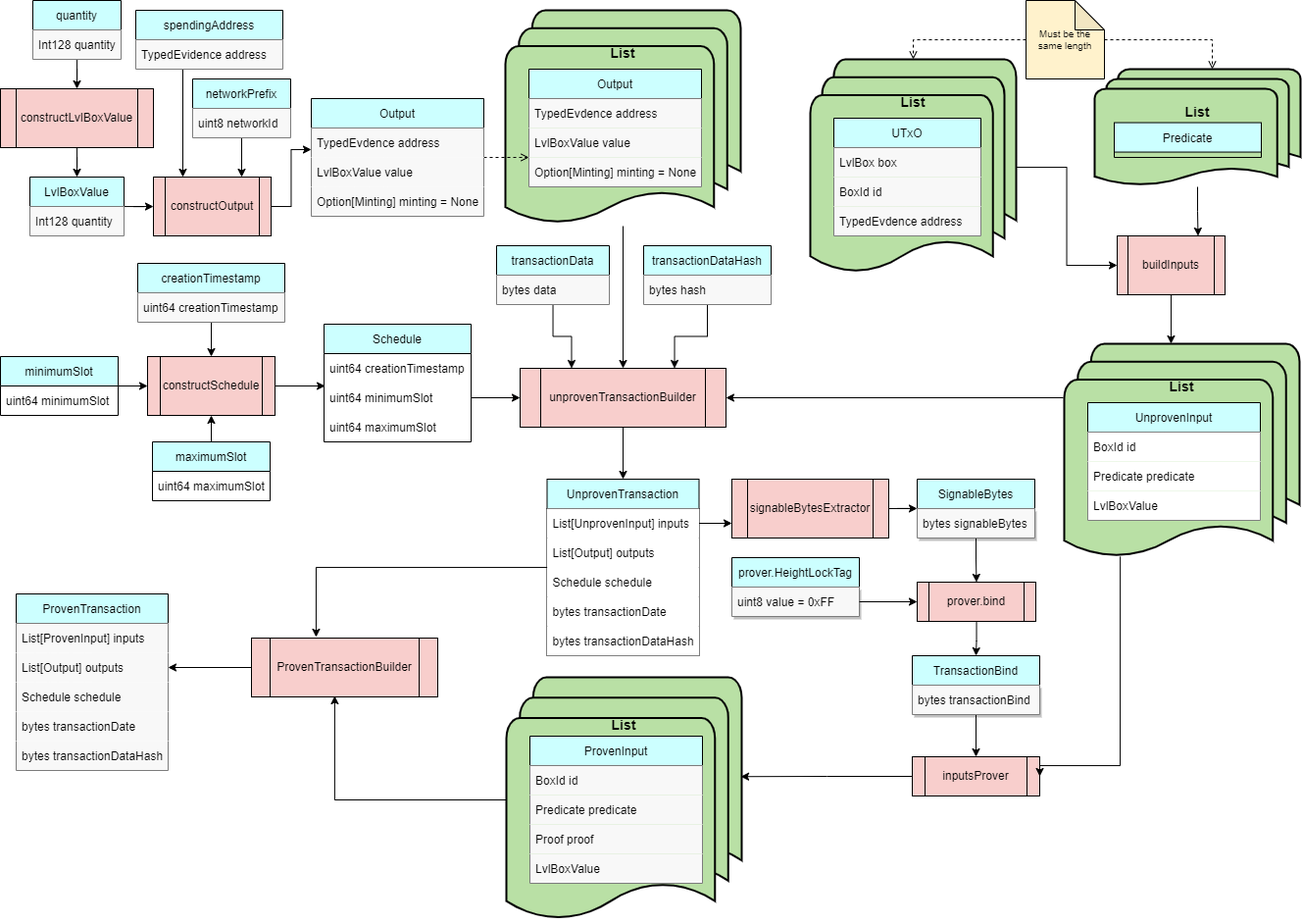
Topl/BramblSc-docs keeps this draw.io diagram as docs/Modules/NativeTransactor/transaction_builder.drawio.png. Above is the earlier version. Source tidied: cells renumbered, new cells last; positions are measured from the earlier drawing's top-left corner, leaving out a move shared by most shapes.
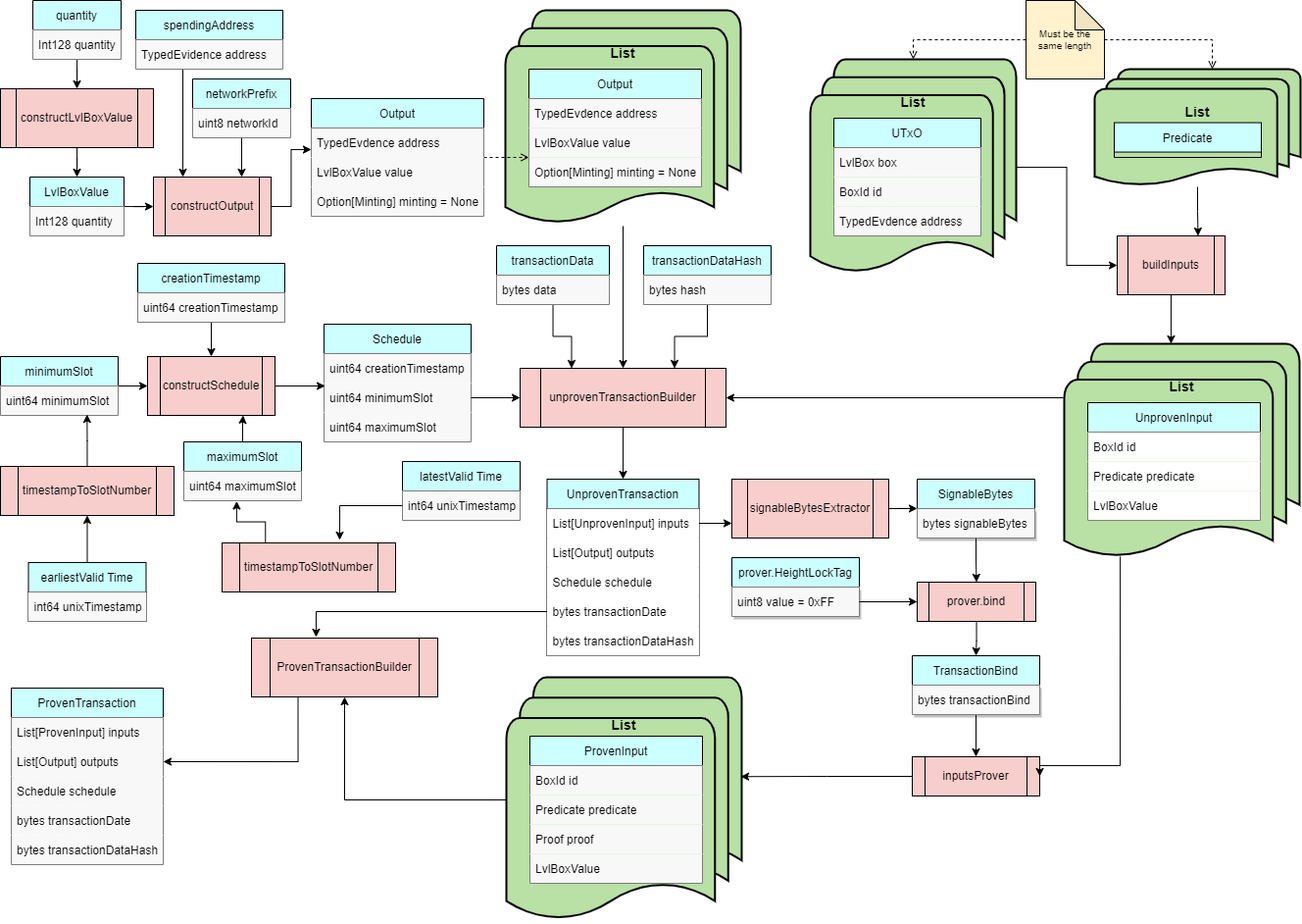
After the commit.

Commit message:
timestamp to slot number

What changed in the source:
```diff
@@ -11,13 +11,13 @@
     <mxCell id="4" value="Schedule" style="swimlane;fontStyle=0;horizontal=1;startSize=30;fillColor=#CCFFFF;" parent="1" vertex="1">
       <mxGeometry x="330" y="330" width="150" height="120" as="geometry" />
     </mxCell>
-    <mxCell id="5" value="uint64 creationTimestamp" style="text;strokeColor=none;fillColor=none;align=left;verticalAlign=middle;spacingLeft=4;spacingRight=4;overflow=hidden;" parent="4" vertex="1">
+    <mxCell id="5" value="uint64 creationTimestamp" style="text;strokeColor=none;fillColor=#F8F8F8;align=left;verticalAlign=middle;spacingLeft=4;spacingRight=4;overflow=hidden;" parent="4" vertex="1">
       <mxGeometry y="30" width="150" height="30" as="geometry" />
     </mxCell>
-    <mxCell id="6" value="uint64 minimumSlot" style="text;strokeColor=none;fillColor=none;align=left;verticalAlign=middle;spacingLeft=4;spacingRight=4;overflow=hidden;points=[[0,0.5],[1,0.5]];portConstraint=eastwest;" parent="4" vertex="1">
+    <mxCell id="6" value="uint64 minimumSlot" style="text;strokeColor=none;fillColor=#F8F8F8;align=left;verticalAlign=middle;spacingLeft=4;spacingRight=4;overflow=hidden;points=[[0,0.5],[1,0.5]];portConstraint=eastwest;" parent="4" vertex="1">
       <mxGeometry y="60" width="150" height="30" as="geometry" />
     </mxCell>
-    <mxCell id="7" value="uint64 maximumSlot" style="text;strokeColor=none;fillColor=none;align=left;verticalAlign=middle;spacingLeft=4;spacingRight=4;overflow=hidden;" parent="4" vertex="1">
+    <mxCell id="7" value="uint64 maximumSlot" style="text;strokeColor=none;fillColor=#F8F8F8;align=left;verticalAlign=middle;spacingLeft=4;spacingRight=4;overflow=hidden;" parent="4" vertex="1">
       <mxGeometry y="90" width="150" height="30" as="geometry" />
     </mxCell>
     <mxCell id="8" style="edgeStyle=orthogonalEdgeStyle;rounded=0;jettySize=auto;html=1;entryX=0;entryY=0.5;entryDx=0;entryDy=0;" parent="1" edge="1" source="6" target="3">
@@ -44,16 +44,16 @@
     <mxCell id="15" value="minimumSlot" style="swimlane;fontStyle=0;horizontal=1;startSize=30;fillColor=#CCFFFF;" parent="1" vertex="1">
       <mxGeometry y="363" width="120" height="60" as="geometry" />
     </mxCell>
-    <mxCell id="16" value="uint64 minimumSlot" style="text;strokeColor=none;fillColor=none;align=left;verticalAlign=middle;spacingLeft=4;spacingRight=4;overflow=hidden;points=[[0,0.5],[1,0.5]];portConstraint=eastwest;" parent="15" vertex="1">
+    <mxCell id="16" value="uint64 minimumSlot" style="text;strokeColor=none;fillColor=#F8F8F8;align=left;verticalAlign=middle;spacingLeft=4;spacingRight=4;overflow=hidden;points=[[0,0.5],[1,0.5]];portConstraint=eastwest;" parent="15" vertex="1">
       <mxGeometry y="30" width="120" height="30" as="geometry" />
     </mxCell>
-    <mxCell id="17" style="edgeStyle=orthogonalEdgeStyle;rounded=0;jettySize=auto;html=1;entryX=0.5;entryY=1;entryDx=0;entryDy=0;" parent="1" edge="1" source="18" target="10">
+    <mxCell id="17" style="edgeStyle=orthogonalEdgeStyle;rounded=0;jettySize=auto;html=1;entryX=0.75;entryY=1;entryDx=0;entryDy=0;" parent="1" edge="1" source="18" target="10">
       <mxGeometry relative="1" as="geometry" />
     </mxCell>
     <mxCell id="18" value="maximumSlot" style="swimlane;fontStyle=0;horizontal=1;startSize=30;fillColor=#CCFFFF;" parent="1" vertex="1">
-      <mxGeometry x="155" y="450" width="120" height="60" as="geometry" />
+      <mxGeometry x="187" y="450" width="120" height="60" as="geometry" />
     </mxCell>
-    <mxCell id="19" value="uint64 maximumSlot" style="text;strokeColor=none;fillColor=none;align=left;verticalAlign=middle;spacingLeft=4;spacingRight=4;overflow=hidden;points=[[0,0.5],[1,0.5]];portConstraint=eastwest;" parent="18" vertex="1">
+    <mxCell id="19" value="uint64 maximumSlot" style="text;strokeColor=none;fillColor=#F8F8F8;align=left;verticalAlign=middle;spacingLeft=4;spacingRight=4;overflow=hidden;points=[[0,0.5],[1,0.5]];portConstraint=eastwest;" parent="18" vertex="1">
       <mxGeometry y="30" width="120" height="30" as="geometry" />
     </mxCell>
     <mxCell id="20" style="group;" parent="1" vertex="1">
@@ -232,7 +232,7 @@
     <mxCell id="76" value="bytes hash" style="text;strokeColor=none;fillColor=#F8F8F8;align=left;verticalAlign=middle;spacingLeft=4;spacingRight=4;overflow=hidden;" parent="75" vertex="1">
       <mxGeometry y="30" width="130" height="30" as="geometry" />
     </mxCell>
-    <mxCell id="77" style="edgeStyle=orthogonalEdgeStyle;rounded=0;jettySize=auto;html=1;entryX=0.347;entryY=-0.017;entryDx=0;entryDy=0;entryPerimeter=0;fontSize=18;endArrow=classic;endFill=1;" parent="1" edge="1" source="78" target="109">
+    <mxCell id="77" style="edgeStyle=orthogonalEdgeStyle;rounded=0;jettySize=auto;html=1;entryX=0.347;entryY=-0.017;entryDx=0;entryDy=0;entryPerimeter=0;fontSize=18;endArrow=classic;endFill=1;" parent="1" edge="1" source="82" target="109">
       <mxGeometry relative="1" as="geometry" />
     </mxCell>
     <mxCell id="78" value="UnprovenTransaction" style="swimlane;fontStyle=0;horizontal=1;startSize=30;fillColor=#CCFFFF;" parent="1" vertex="1">
@@ -312,7 +312,7 @@
         </Array>
       </mxGeometry>
     </mxCell>
-    <mxCell id="101" style="edgeStyle=orthogonalEdgeStyle;rounded=0;jettySize=auto;html=1;entryX=0.447;entryY=0.983;entryDx=0;entryDy=0;entryPerimeter=0;fontSize=18;endArrow=classic;endFill=1;" parent="1" edge="1" source="102" target="109">
+    <mxCell id="101" style="edgeStyle=orthogonalEdgeStyle;rounded=0;jettySize=auto;html=1;entryX=0.5;entryY=1;entryDx=0;entryDy=0;fontSize=18;endArrow=classic;endFill=1;" parent="1" edge="1" source="102" target="109">
       <mxGeometry relative="1" as="geometry" />
     </mxCell>
     <mxCell id="102" value="&lt;font style=&quot;&quot;&gt;&lt;font style=&quot;font-size: 10px;&quot;&gt;&lt;br&gt;&lt;/font&gt;&lt;font size=&quot;3&quot;&gt;&amp;nbsp;&lt;/font&gt;&lt;br&gt;&lt;/font&gt;&lt;font style=&quot;font-size: 14px;&quot;&gt;&lt;b&gt;List&lt;/b&gt;&lt;/font&gt;" style="strokeWidth=2;html=1;shape=mxgraph.flowchart.multi-document;whiteSpace=wrap;fillColor=#B9E0A5;verticalAlign=top;" parent="1" vertex="1">
@@ -333,14 +333,14 @@
     <mxCell id="107" value="LvlBoxValue" style="text;strokeColor=none;fillColor=#F8F8F8;align=left;verticalAlign=middle;spacingLeft=4;spacingRight=4;overflow=hidden;" parent="103" vertex="1">
       <mxGeometry y="120" width="176" height="30" as="geometry" />
     </mxCell>
-    <mxCell id="108" style="edgeStyle=orthogonalEdgeStyle;rounded=0;jettySize=auto;html=1;entryX=1;entryY=0.5;entryDx=0;entryDy=0;fontSize=18;endArrow=classic;endFill=1;" parent="1" edge="1" source="109" target="112">
+    <mxCell id="108" style="edgeStyle=orthogonalEdgeStyle;rounded=0;jettySize=auto;html=1;entryX=1;entryY=0.5;entryDx=0;entryDy=0;fontSize=18;endArrow=classic;endFill=1;exitX=0.25;exitY=1;exitDx=0;exitDy=0;" parent="1" edge="1" source="109" target="112">
       <mxGeometry relative="1" as="geometry" />
     </mxCell>
     <mxCell id="109" value="ProvenTransactionBuilder" style="shape=process;whiteSpace=wrap;html=1;backgroundOutline=1;fillColor=#F8CECC;" parent="1" vertex="1">
       <mxGeometry x="256" y="650" width="190" height="60" as="geometry" />
     </mxCell>
     <mxCell id="110" value="ProvenTransaction" style="swimlane;fontStyle=0;horizontal=1;startSize=30;fillColor=#CCFFFF;" parent="1" vertex="1">
-      <mxGeometry x="16" y="605" width="155" height="180" as="geometry" />
+      <mxGeometry x="11" y="701" width="155" height="180" as="geometry" />
     </mxCell>
     <mxCell id="111" value="List[ProvenInput] inputs" style="text;strokeColor=none;fillColor=#F8F8F8;align=left;verticalAlign=middle;spacingLeft=4;spacingRight=4;overflow=hidden;" parent="110" vertex="1">
       <mxGeometry y="30" width="155" height="30" as="geometry" />
@@ -357,5 +357,37 @@
     <mxCell id="115" value="bytes transactionDataHash" style="text;strokeColor=none;fillColor=#F8F8F8;align=left;verticalAlign=middle;spacingLeft=4;spacingRight=4;overflow=hidden;" parent="110" vertex="1">
       <mxGeometry y="150" width="155" height="30" as="geometry" />
     </mxCell>
+    <mxCell id="116" value="latestValid Time" style="swimlane;fontStyle=0;horizontal=1;startSize=30;fillColor=#CCFFFF;" parent="1" vertex="1">
+      <mxGeometry x="410" y="470" width="120" height="60" as="geometry" />
+    </mxCell>
+    <mxCell id="117" value="int64 unixTimestamp" style="text;strokeColor=none;fillColor=#F8F8F8;align=left;verticalAlign=middle;spacingLeft=4;spacingRight=4;overflow=hidden;points=[[0,0.5],[1,0.5]];portConstraint=eastwest;" parent="116" vertex="1">
+      <mxGeometry y="30" width="120" height="30" as="geometry" />
+    </mxCell>
+    <mxCell id="118" style="edgeStyle=orthogonalEdgeStyle;rounded=0;jettySize=auto;html=1;entryX=0.449;entryY=1.016;entryDx=0;entryDy=0;entryPerimeter=0;fontSize=18;endArrow=classic;endFill=1;exitX=0.25;exitY=0;exitDx=0;exitDy=0;" parent="1" edge="1" source="119" target="19">
+      <mxGeometry relative="1" as="geometry" />
+    </mxCell>
+    <mxCell id="119" value="timestampToSlotNumber" style="shape=process;whiteSpace=wrap;html=1;backgroundOutline=1;fillColor=#F8CECC;" parent="1" vertex="1">
+      <mxGeometry x="226" y="553" width="177" height="50" as="geometry" />
+    </mxCell>
+    <mxCell id="120" style="edgeStyle=orthogonalEdgeStyle;rounded=0;jettySize=auto;html=1;fontSize=18;endArrow=classic;endFill=1;" parent="1" edge="1" source="117">
+      <mxGeometry relative="1" as="geometry">
+        <mxPoint x="346" y="550" as="targetPoint" />
+      </mxGeometry>
+    </mxCell>
+    <mxCell id="121" style="edgeStyle=orthogonalEdgeStyle;rounded=0;jettySize=auto;html=1;entryX=0.736;entryY=0.968;entryDx=0;entryDy=0;entryPerimeter=0;fontSize=18;endArrow=classic;endFill=1;" parent="1" edge="1" source="122" target="16">
+      <mxGeometry relative="1" as="geometry" />
+    </mxCell>
+    <mxCell id="122" value="timestampToSlotNumber" style="shape=process;whiteSpace=wrap;html=1;backgroundOutline=1;fillColor=#F8CECC;" parent="1" vertex="1">
+      <mxGeometry y="475" width="177" height="50" as="geometry" />
+    </mxCell>
+    <mxCell id="123" style="edgeStyle=orthogonalEdgeStyle;rounded=0;jettySize=auto;html=1;fontSize=18;endArrow=classic;endFill=1;" parent="1" edge="1" source="124" target="122">
+      <mxGeometry relative="1" as="geometry" />
+    </mxCell>
+    <mxCell id="124" value="earliestValid Time" style="swimlane;fontStyle=0;horizontal=1;startSize=30;fillColor=#CCFFFF;" parent="1" vertex="1">
+      <mxGeometry x="28.5" y="573" width="120" height="60" as="geometry" />
+    </mxCell>
+    <mxCell id="125" value="int64 unixTimestamp" style="text;strokeColor=none;fillColor=#F8F8F8;align=left;verticalAlign=middle;spacingLeft=4;spacingRight=4;overflow=hidden;" parent="124" vertex="1">
+      <mxGeometry y="30" width="120" height="30" as="geometry" />
+    </mxCell>
   </root>
 </mxGraphModel>
```
